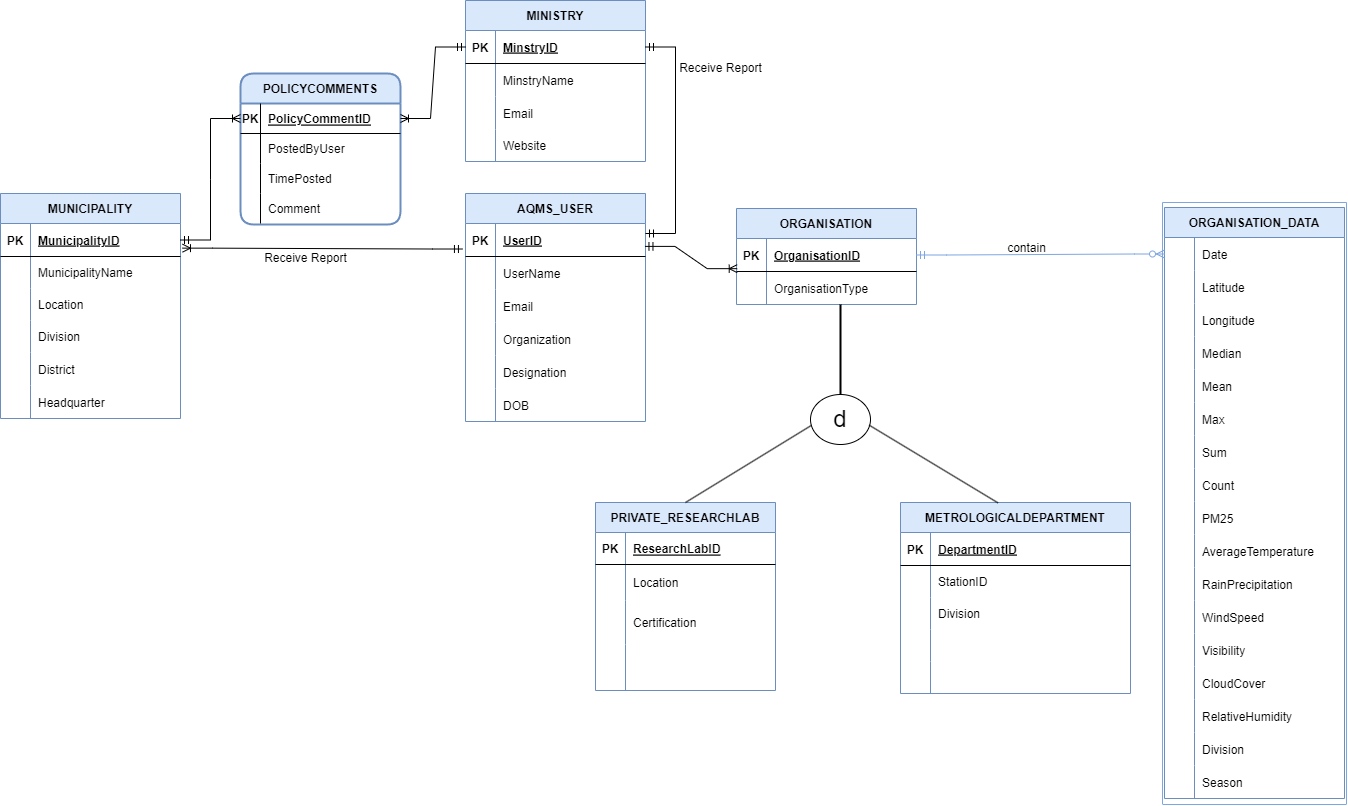
This is EERD.png from toushifhossain1/AirQualityMonitoringOfBangladesh, a draw.io export, as it was before one commit. Source tidied: cells renumbered, new cells last; positions are measured from the earlier drawing's top-left corner, leaving out a move shared by most shapes.
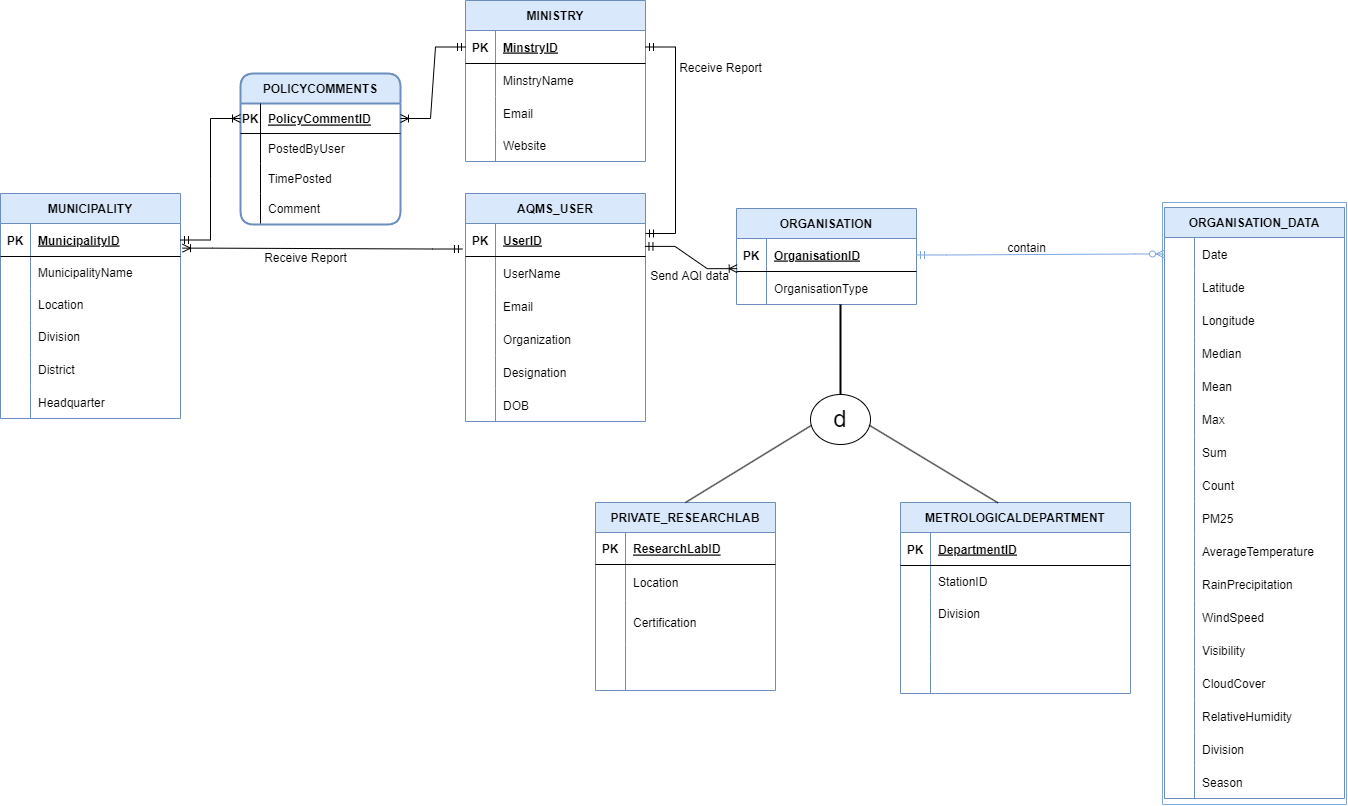
After the change.

Diff of the diagram source:
```diff
@@ -530,5 +530,8 @@
     <mxCell id="173" value="&lt;font style=&quot;font-size: 12px;&quot;&gt;contain&lt;/font&gt;" style="text;html=1;align=center;verticalAlign=middle;strokeColor=none;fillColor=none;fontSize=24;" parent="1" vertex="1">
       <mxGeometry x="996" y="224" width="60" height="40" as="geometry" />
     </mxCell>
+    <mxCell id="174" value="Send AQI data" style="text;html=1;align=center;verticalAlign=middle;strokeColor=none;fillColor=none;" parent="1" vertex="1">
+      <mxGeometry x="639" y="261" width="100" height="30" as="geometry" />
+    </mxCell>
   </root>
 </mxGraphModel>
```
